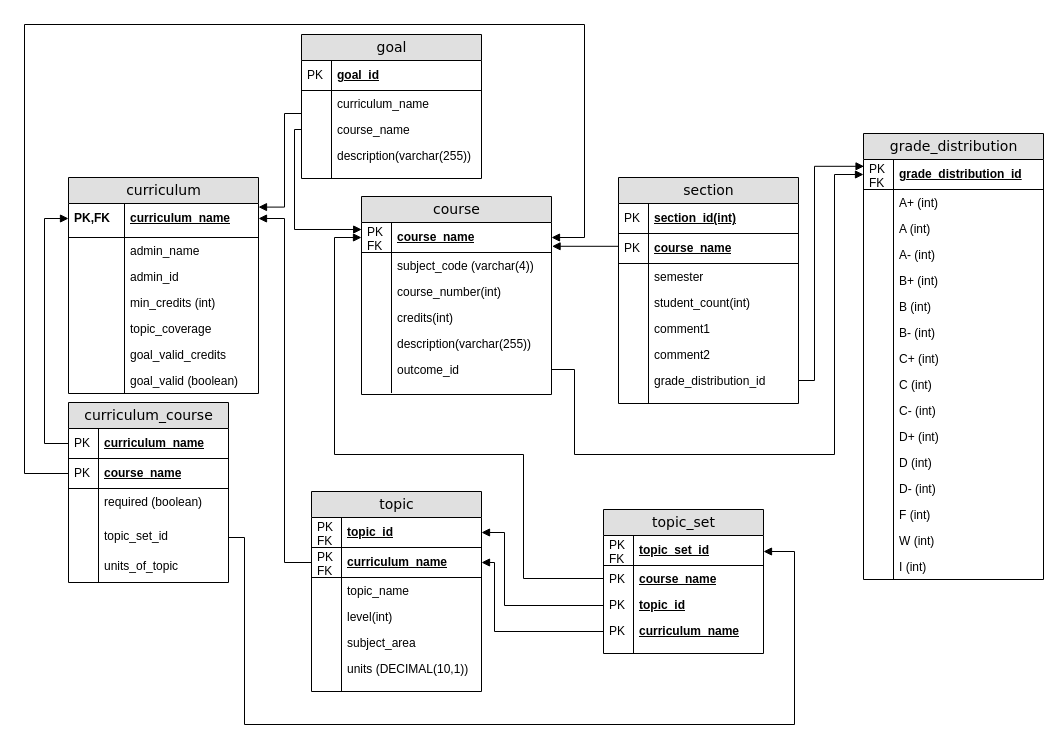
Earlier version of the draw.io diagram relational_model.drawio (RoyXingan/DatabaseProject). Source tidied: cells renumbered, new cells numbered last; positions are measured from the earlier drawing's top-left corner, leaving out a move shared by most shapes. Both pictures are drawn from the tidied source at 100%, with x=0, y=0 at pixel (24, 24).
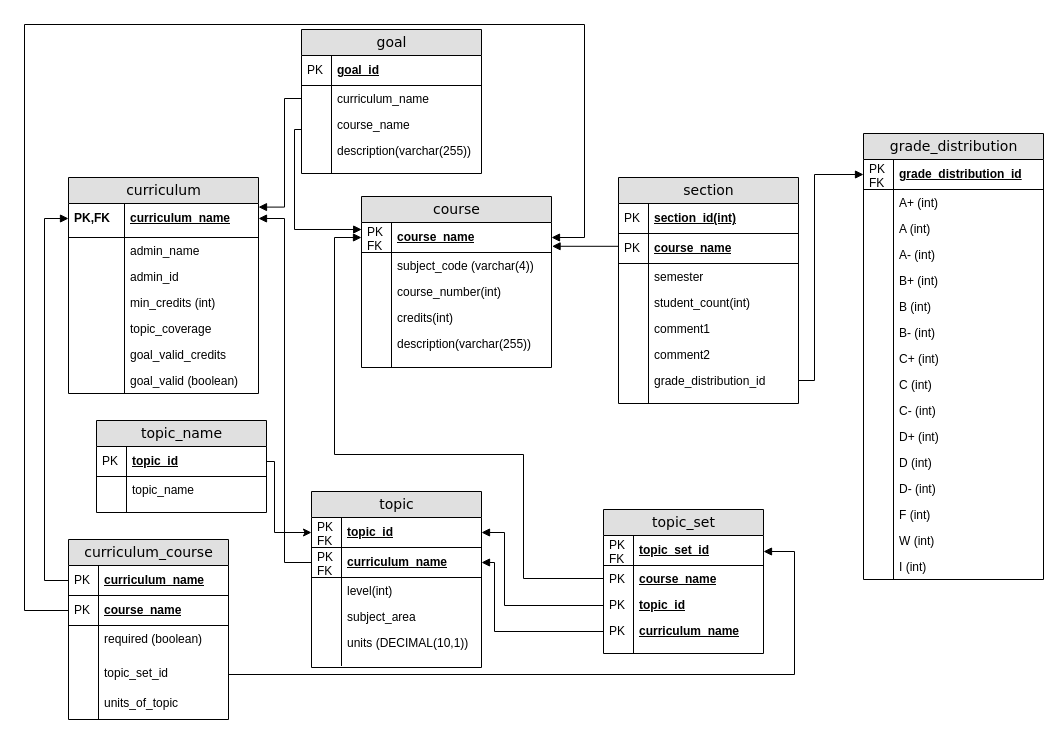
Above is the later version.

Commit message:
Updated ER-model graph

Unchanged cells that the change refers to:
```xml
<mxCell id="3" value="curriculum_name" style="shape=partialRectangle;top=0;left=0;right=0;bottom=0;html=1;align=left;verticalAlign=middle;fillColor=none;spacingLeft=60;spacingRight=4;whiteSpace=wrap;overflow=hidden;points=[[0,0.5],[1,0.5]];portConstraint=eastwest;fontStyle=5;" parent="2" vertex="1">
  <mxGeometry y="26" width="190" height="30" as="geometry" />
</mxCell>
<mxCell id="20" value="course_name&lt;br&gt;" style="shape=partialRectangle;top=0;left=0;right=0;bottom=1;html=1;align=left;verticalAlign=middle;fillColor=none;spacingLeft=34;spacingRight=4;whiteSpace=wrap;overflow=hidden;points=[[0,0.5],[1,0.5]];portConstraint=eastwest;fontStyle=5;" parent="19" vertex="1">
  <mxGeometry y="26" width="190" height="30" as="geometry" />
</mxCell>
<mxCell id="35" value="topic_id&lt;br&gt;" style="shape=partialRectangle;top=0;left=0;right=0;bottom=1;html=1;align=left;verticalAlign=middle;fillColor=none;spacingLeft=34;spacingRight=4;whiteSpace=wrap;overflow=hidden;points=[[0,0.5],[1,0.5]];portConstraint=eastwest;fontStyle=5;" parent="34" vertex="1">
  <mxGeometry y="26" width="170" height="30" as="geometry" />
</mxCell>
<mxCell id="50" value="topic_set_id" style="shape=partialRectangle;top=0;left=0;right=0;bottom=1;html=1;align=left;verticalAlign=middle;fillColor=none;spacingLeft=34;spacingRight=4;whiteSpace=wrap;overflow=hidden;points=[[0,0.5],[1,0.5]];portConstraint=eastwest;fontStyle=5;" parent="49" vertex="1">
  <mxGeometry y="26" width="160" height="30" as="geometry" />
</mxCell>
<mxCell id="61" value="curriculum_name&lt;br&gt;" style="shape=partialRectangle;top=0;left=0;right=0;bottom=1;html=1;align=left;verticalAlign=middle;fillColor=none;spacingLeft=34;spacingRight=4;whiteSpace=wrap;overflow=hidden;points=[[0,0.5],[1,0.5]];portConstraint=eastwest;fontStyle=5;" parent="60" vertex="1">
  <mxGeometry y="26" width="160" height="30" as="geometry" />
</mxCell>
<mxCell id="63" value="course_name&lt;br&gt;" style="shape=partialRectangle;top=0;left=0;right=0;bottom=1;html=1;align=left;verticalAlign=middle;fillColor=none;spacingLeft=34;spacingRight=4;whiteSpace=wrap;overflow=hidden;points=[[0,0.5],[1,0.5]];portConstraint=eastwest;fontStyle=5;" parent="60" vertex="1">
  <mxGeometry y="56" width="160" height="30" as="geometry" />
</mxCell>
<mxCell id="67" value="topic_set_id" style="shape=partialRectangle;top=0;left=0;right=0;bottom=0;html=1;align=left;verticalAlign=top;fillColor=none;spacingLeft=34;spacingRight=4;whiteSpace=wrap;overflow=hidden;points=[[0,0.5],[1,0.5]];portConstraint=eastwest;" parent="60" vertex="1">
  <mxGeometry y="120" width="160" height="30" as="geometry" />
</mxCell>
<mxCell id="74" value="curriculum_name" style="shape=partialRectangle;top=0;left=0;right=0;bottom=0;html=1;align=left;verticalAlign=top;fillColor=none;spacingLeft=34;spacingRight=4;whiteSpace=wrap;overflow=hidden;points=[[0,0.5],[1,0.5]];portConstraint=eastwest;" parent="71" vertex="1">
  <mxGeometry y="56" width="180" height="26" as="geometry" />
</mxCell>
<mxCell id="76" value="course_name" style="shape=partialRectangle;top=0;left=0;right=0;bottom=0;html=1;align=left;verticalAlign=top;fillColor=none;spacingLeft=34;spacingRight=4;whiteSpace=wrap;overflow=hidden;points=[[0,0.5],[1,0.5]];portConstraint=eastwest;" parent="71" vertex="1">
  <mxGeometry y="82" width="180" height="26" as="geometry" />
</mxCell>
<mxCell id="95" value="grade_distribution_id" style="shape=partialRectangle;top=0;left=0;right=0;bottom=0;html=1;align=left;verticalAlign=top;fillColor=none;spacingLeft=34;spacingRight=4;whiteSpace=wrap;overflow=hidden;points=[[0,0.5],[1,0.5]];portConstraint=eastwest;" parent="82" vertex="1">
  <mxGeometry y="190" width="180" height="26" as="geometry" />
</mxCell>
<mxCell id="100" value="grade_distribution_id" style="shape=partialRectangle;top=0;left=0;right=0;bottom=1;html=1;align=left;verticalAlign=middle;fillColor=none;spacingLeft=34;spacingRight=4;whiteSpace=wrap;overflow=hidden;points=[[0,0.5],[1,0.5]];portConstraint=eastwest;fontStyle=5;" parent="99" vertex="1">
  <mxGeometry y="26" width="180" height="30" as="geometry" />
</mxCell>
```

What changed in the source:
```diff
@@
     <mxCell id="19" value="course" style="swimlane;html=1;fontStyle=0;horizontal=1;startSize=26;fillColor=#e0e0e0;swimlaneFillColor=#ffffff;align=center;rounded=0;shadow=0;comic=0;labelBackgroundColor=none;strokeColor=#000000;strokeWidth=1;fontFamily=Verdana;fontSize=14;fontColor=#000000;swimlaneLine=1;" parent="1" vertex="1">
-      <mxGeometry x="337" y="172" width="190" height="198" as="geometry" />
+      <mxGeometry x="337" y="172" width="190" height="171" as="geometry" />
     </mxCell>
@@
-    <mxCell id="30" value="outcome_id&lt;br&gt;" style="shape=partialRectangle;top=0;left=0;right=0;bottom=0;html=1;align=left;verticalAlign=top;fillColor=none;spacingLeft=34;spacingRight=4;whiteSpace=wrap;overflow=hidden;points=[[0,0.5],[1,0.5]];portConstraint=eastwest;" parent="19" vertex="1">
-      <mxGeometry y="160" width="190" height="26" as="geometry" />
-    </mxCell>
-    <mxCell id="31" style="shape=partialRectangle;top=0;left=0;bottom=0;html=1;fillColor=none;align=left;verticalAlign=top;spacingLeft=4;spacingRight=4;whiteSpace=wrap;overflow=hidden;" parent="30" vertex="1">
-      <mxGeometry width="30" height="26" as="geometry" />
-    </mxCell>
     <mxCell id="32" style="shape=partialRectangle;top=0;left=0;right=0;bottom=0;html=1;align=left;verticalAlign=top;fillColor=none;spacingLeft=34;spacingRight=4;whiteSpace=wrap;overflow=hidden;" parent="19" vertex="1">
-      <mxGeometry y="186" width="190" height="10" as="geometry" />
+      <mxGeometry y="160" width="190" height="10" as="geometry" />
     </mxCell>
@@
     <mxCell id="34" value="topic" style="swimlane;html=1;fontStyle=0;horizontal=1;startSize=26;fillColor=#e0e0e0;swimlaneFillColor=#ffffff;align=center;rounded=0;shadow=0;comic=0;labelBackgroundColor=none;strokeColor=#000000;strokeWidth=1;fontFamily=Verdana;fontSize=14;fontColor=#000000;" parent="1" vertex="1">
-      <mxGeometry x="287" y="467" width="170" height="200" as="geometry" />
+      <mxGeometry x="287" y="467" width="170" height="176" as="geometry" />
     </mxCell>
@@
-    <mxCell id="39" value="topic_name" style="shape=partialRectangle;top=0;left=0;right=0;bottom=0;html=1;align=left;verticalAlign=top;fillColor=none;spacingLeft=34;spacingRight=4;whiteSpace=wrap;overflow=hidden;" parent="34" vertex="1">
-      <mxGeometry y="86" width="170" height="26" as="geometry" />
-    </mxCell>
-    <mxCell id="40" style="shape=partialRectangle;top=0;left=0;bottom=0;html=1;fillColor=none;align=left;verticalAlign=top;spacingLeft=4;spacingRight=4;whiteSpace=wrap;overflow=hidden;" parent="39" vertex="1">
-      <mxGeometry width="30" height="26" as="geometry" />
-    </mxCell>
     <mxCell id="41" value="level(int)" style="shape=partialRectangle;top=0;left=0;right=0;bottom=0;html=1;align=left;verticalAlign=top;fillColor=none;spacingLeft=34;spacingRight=4;whiteSpace=wrap;overflow=hidden;" parent="34" vertex="1">
-      <mxGeometry y="112" width="170" height="26" as="geometry" />
+      <mxGeometry y="86" width="170" height="26" as="geometry" />
     </mxCell>
@@
     <mxCell id="43" value="subject_area" style="shape=partialRectangle;top=0;left=0;right=0;bottom=0;html=1;align=left;verticalAlign=top;fillColor=none;spacingLeft=34;spacingRight=4;whiteSpace=wrap;overflow=hidden;" parent="34" vertex="1">
-      <mxGeometry y="138" width="170" height="26" as="geometry" />
+      <mxGeometry y="112" width="170" height="26" as="geometry" />
     </mxCell>
@@
     <mxCell id="45" value="units (DECIMAL(10,1))" style="shape=partialRectangle;top=0;left=0;right=0;bottom=0;html=1;align=left;verticalAlign=top;fillColor=none;spacingLeft=34;spacingRight=4;whiteSpace=wrap;overflow=hidden;" parent="34" vertex="1">
-      <mxGeometry y="164" width="170" height="26" as="geometry" />
+      <mxGeometry y="138" width="170" height="26" as="geometry" />
     </mxCell>
@@
     <mxCell id="47" style="shape=partialRectangle;top=0;left=0;right=0;bottom=0;html=1;align=left;verticalAlign=top;fillColor=none;spacingLeft=34;spacingRight=4;whiteSpace=wrap;overflow=hidden;" parent="34" vertex="1">
-      <mxGeometry y="190" width="170" height="10" as="geometry" />
+      <mxGeometry y="164" width="170" height="10" as="geometry" />
     </mxCell>
@@
     <mxCell id="60" value="curriculum_course" style="swimlane;html=1;fontStyle=0;horizontal=1;startSize=26;fillColor=#e0e0e0;swimlaneFillColor=#ffffff;align=center;rounded=0;shadow=0;comic=0;labelBackgroundColor=none;strokeColor=#000000;strokeWidth=1;fontFamily=Verdana;fontSize=14;fontColor=#000000;" parent="1" vertex="1">
-      <mxGeometry x="44" y="378" width="160" height="180" as="geometry" />
+      <mxGeometry x="44" y="515" width="160" height="180" as="geometry" />
     </mxCell>
@@
     <mxCell id="71" value="goal" style="swimlane;html=1;fontStyle=0;horizontal=1;startSize=26;fillColor=#e0e0e0;swimlaneFillColor=#ffffff;align=center;rounded=0;shadow=0;comic=0;labelBackgroundColor=none;strokeColor=#000000;strokeWidth=1;fontFamily=Verdana;fontSize=14;fontColor=#000000;swimlaneLine=1;" parent="1" vertex="1">
-      <mxGeometry x="277" y="10" width="180" height="144" as="geometry" />
+      <mxGeometry x="277" y="5" width="180" height="144" as="geometry" />
     </mxCell>
@@
-    <mxCell id="132" style="edgeStyle=orthogonalEdgeStyle;rounded=0;jettySize=auto;html=1;endArrow=block;endFill=1;entryX=0;entryY=0.5;entryDx=0;entryDy=0;" parent="1" edge="1" target="3">
+    <mxCell id="132" style="edgeStyle=orthogonalEdgeStyle;rounded=0;jettySize=auto;html=1;endArrow=block;endFill=1;entryX=0;entryY=0.5;entryDx=0;entryDy=0;exitX=0;exitY=0.5;exitDx=0;exitDy=0;" parent="1" edge="1" source="61" target="3">
       <mxGeometry relative="1" as="geometry">
-        <mxPoint x="44" y="419" as="sourcePoint" />
         <Array as="points">
-          <mxPoint x="20" y="419" />
+          <mxPoint x="20" y="556" />
           <mxPoint x="20" y="194" />
         </Array>
       </mxGeometry>
     </mxCell>
     <mxCell id="133" style="edgeStyle=orthogonalEdgeStyle;rounded=0;jettySize=auto;html=1;endArrow=block;endFill=1;exitX=0;exitY=0.5;exitDx=0;exitDy=0;entryX=1;entryY=0.5;entryDx=0;entryDy=0;" parent="1" edge="1" source="63" target="20">
       <mxGeometry relative="1" as="geometry">
         <Array as="points">
-          <mxPoint y="449" />
+          <mxPoint y="586" />
           <mxPoint />
           <mxPoint x="560" />
           <mxPoint x="560" y="213" />
         </Array>
       </mxGeometry>
     </mxCell>
-    <mxCell id="134" style="edgeStyle=orthogonalEdgeStyle;rounded=0;jettySize=auto;html=1;endArrow=block;endFill=1;entryX=0;entryY=0.5;entryDx=0;entryDy=0;" parent="1" edge="1" source="30" target="100">
-      <mxGeometry relative="1" as="geometry">
-        <Array as="points">
-          <mxPoint x="550" y="345" />
-          <mxPoint x="550" y="430" />
-          <mxPoint x="810" y="430" />
-          <mxPoint x="810" y="150" />
-        </Array>
-      </mxGeometry>
-    </mxCell>
@@
-    <mxCell id="137" style="edgeStyle=orthogonalEdgeStyle;rounded=0;jettySize=auto;html=1;entryX=0.003;entryY=0.227;entryDx=0;entryDy=0;endArrow=block;endFill=1;entryPerimeter=0;" parent="1" edge="1" source="95" target="100">
+    <mxCell id="137" style="edgeStyle=orthogonalEdgeStyle;rounded=0;jettySize=auto;html=1;entryX=0;entryY=0.5;entryDx=0;entryDy=0;endArrow=block;endFill=1;" parent="1" edge="1" source="95" target="100">
       <mxGeometry relative="1" as="geometry">
         <Array as="points">
           <mxPoint x="790" y="356" />
-          <mxPoint x="790" y="142" />
+          <mxPoint x="790" y="150" />
         </Array>
       </mxGeometry>
     </mxCell>
@@
     <mxCell id="140" style="edgeStyle=orthogonalEdgeStyle;rounded=0;jettySize=auto;html=1;endArrow=block;endFill=1;exitX=1;exitY=0.5;exitDx=0;exitDy=0;" parent="1" edge="1" source="67" target="50">
       <mxGeometry relative="1" as="geometry">
         <Array as="points">
-          <mxPoint x="220" y="513" />
-          <mxPoint x="220" y="700" />
-          <mxPoint x="770" y="700" />
+          <mxPoint x="770" y="650" />
           <mxPoint x="770" y="527" />
         </Array>
       </mxGeometry>
     </mxCell>
     <mxCell id="141" style="edgeStyle=orthogonalEdgeStyle;rounded=0;jettySize=auto;html=1;exitX=0;exitY=0.5;exitDx=0;exitDy=0;endArrow=block;endFill=1;entryX=1;entryY=0.12;entryDx=0;entryDy=0;entryPerimeter=0;" parent="1" edge="1" source="74" target="3">
       <mxGeometry relative="1" as="geometry">
         <Array as="points">
-          <mxPoint x="277" y="89" />
-          <mxPoint x="260" y="89" />
+          <mxPoint x="260" y="74" />
           <mxPoint x="260" y="183" />
         </Array>
       </mxGeometry>
     </mxCell>
     <mxCell id="142" style="edgeStyle=orthogonalEdgeStyle;rounded=0;jettySize=auto;html=1;exitX=0;exitY=0.5;exitDx=0;exitDy=0;entryX=0.001;entryY=0.233;entryDx=0;entryDy=0;entryPerimeter=0;endArrow=block;endFill=1;" parent="1" edge="1" source="76" target="20">
       <mxGeometry relative="1" as="geometry">
         <Array as="points">
+          <mxPoint x="277" y="105" />
           <mxPoint x="270" y="105" />
           <mxPoint x="270" y="205" />
         </Array>
       </mxGeometry>
     </mxCell>
@@
+    <mxCell id="144" value="topic_name" style="swimlane;html=1;fontStyle=0;horizontal=1;startSize=26;fillColor=#e0e0e0;swimlaneFillColor=#ffffff;align=center;rounded=0;shadow=0;comic=0;labelBackgroundColor=none;strokeColor=#000000;strokeWidth=1;fontFamily=Verdana;fontSize=14;fontColor=#000000;" parent="1" vertex="1">
+      <mxGeometry x="72" y="396" width="170" height="92" as="geometry" />
+    </mxCell>
+    <mxCell id="145" value="topic_id&lt;br&gt;" style="shape=partialRectangle;top=0;left=0;right=0;bottom=1;html=1;align=left;verticalAlign=middle;fillColor=none;spacingLeft=34;spacingRight=4;whiteSpace=wrap;overflow=hidden;points=[[0,0.5],[1,0.5]];portConstraint=eastwest;fontStyle=5;" parent="144" vertex="1">
+      <mxGeometry y="26" width="170" height="30" as="geometry" />
+    </mxCell>
+    <mxCell id="146" value="PK&lt;br&gt;" style="shape=partialRectangle;top=0;left=0;bottom=0;html=1;fillColor=none;align=left;verticalAlign=middle;spacingLeft=4;spacingRight=4;whiteSpace=wrap;overflow=hidden;" parent="145" vertex="1">
+      <mxGeometry width="30" height="30" as="geometry" />
+    </mxCell>
+    <mxCell id="39" value="topic_name" style="shape=partialRectangle;top=0;left=0;right=0;bottom=0;html=1;align=left;verticalAlign=top;fillColor=none;spacingLeft=34;spacingRight=4;whiteSpace=wrap;overflow=hidden;" parent="144" vertex="1">
+      <mxGeometry y="56" width="170" height="26" as="geometry" />
+    </mxCell>
+    <mxCell id="147" style="shape=partialRectangle;top=0;left=0;bottom=0;html=1;fillColor=none;align=left;verticalAlign=top;spacingLeft=4;spacingRight=4;whiteSpace=wrap;overflow=hidden;" parent="39" vertex="1">
+      <mxGeometry width="30" height="26" as="geometry" />
+    </mxCell>
+    <mxCell id="148" style="shape=partialRectangle;top=0;left=0;right=0;bottom=0;html=1;align=left;verticalAlign=top;fillColor=none;spacingLeft=34;spacingRight=4;whiteSpace=wrap;overflow=hidden;" parent="144" vertex="1">
+      <mxGeometry y="82" width="170" height="10" as="geometry" />
+    </mxCell>
+    <mxCell id="149" style="shape=partialRectangle;top=0;left=0;bottom=0;html=1;fillColor=none;align=left;verticalAlign=top;spacingLeft=4;spacingRight=4;whiteSpace=wrap;overflow=hidden;" parent="148" vertex="1">
+      <mxGeometry width="30" height="10" as="geometry" />
+    </mxCell>
+    <mxCell id="150" style="edgeStyle=orthogonalEdgeStyle;rounded=0;jettySize=auto;html=1;entryX=0;entryY=0.5;entryDx=0;entryDy=0;" parent="1" edge="1" source="145" target="35">
+      <mxGeometry relative="1" as="geometry">
+        <Array as="points">
+          <mxPoint x="250" y="437" />
+          <mxPoint x="250" y="508" />
+        </Array>
+      </mxGeometry>
+    </mxCell>
```
